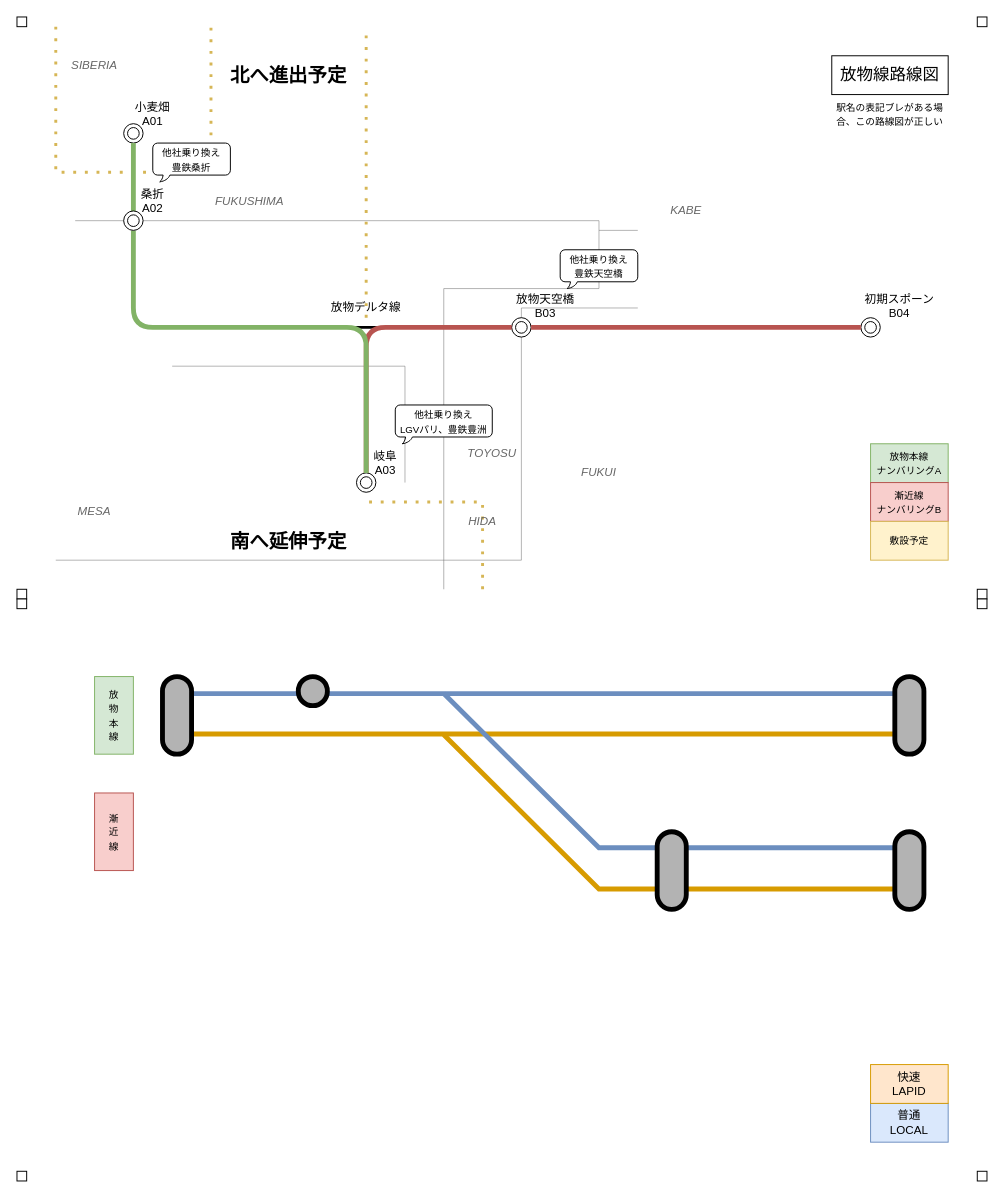
Before: page "ページ1" (1 of 4) of バリン鯖放物線.drawio in chainsawsteel1/drawio-files, a draw.io diagram. Source tidied: cells renumbered, new cells numbered last; positions are measured from the earlier drawing's top-left corner, leaving out a move shared by most shapes. Both pictures are drawn from the tidied source at 97%, with x=0, y=0 at pixel (16, 16).
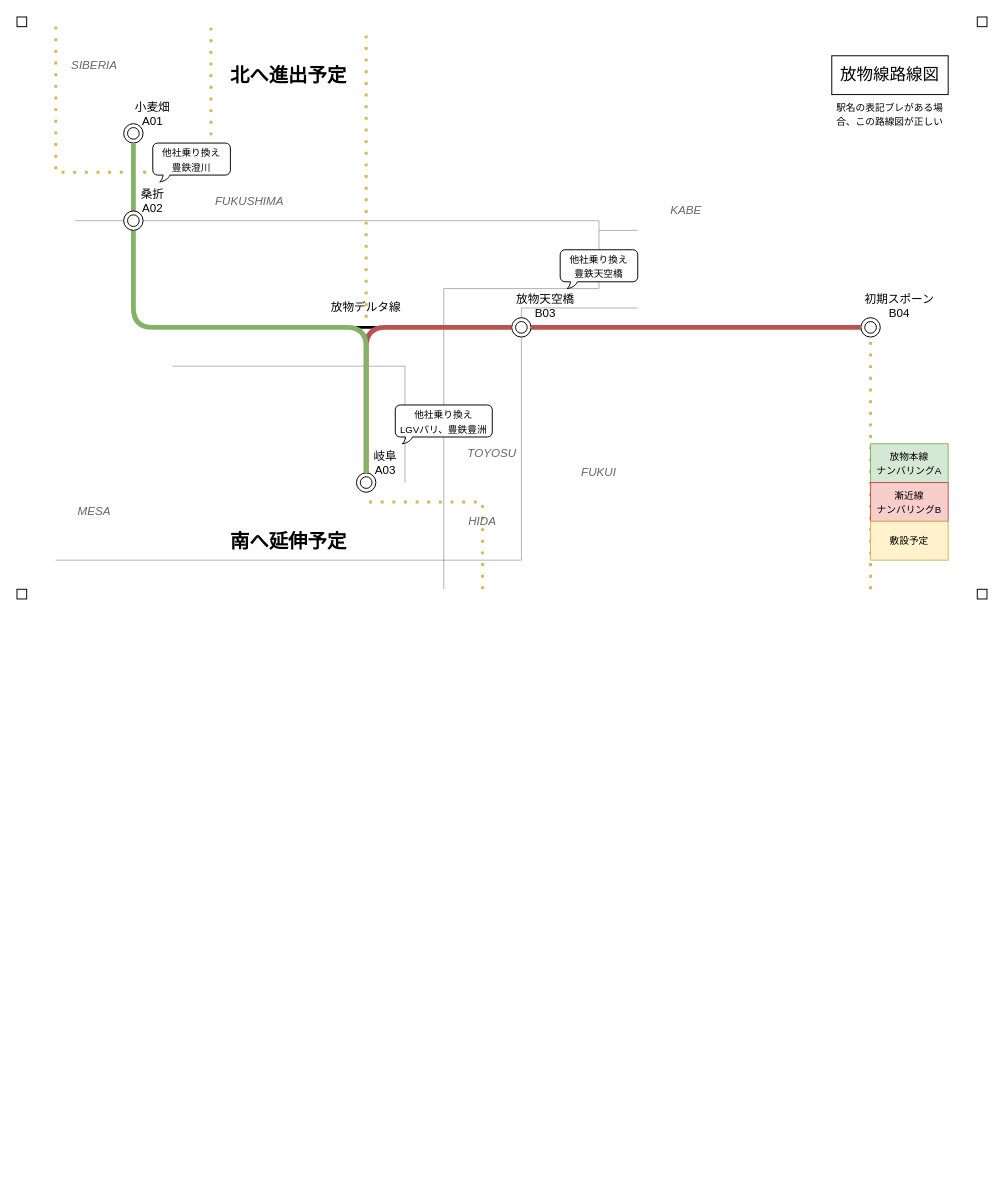
The same diagram, later.

Commit message:
バリン鯖放物線.drawio を更新します

Diff of the diagram source:
```diff
@@
+    <mxCell id="63" style="endArrow=none;dashed=1;html=1;dashPattern=1 3;strokeWidth=3;rounded=0;fillColor=#fff2cc;strokeColor=#d6b656;" parent="1" edge="1">
+      <mxGeometry relative="1" as="geometry">
+        <mxPoint x="880" y="590" as="sourcePoint" />
+        <mxPoint x="880" y="320" as="targetPoint" />
+      </mxGeometry>
+    </mxCell>
@@
-    <mxCell id="45" value="&lt;div&gt;&lt;font size=&quot;1&quot;&gt;他社&lt;/font&gt;&lt;font size=&quot;1&quot;&gt;乗&lt;/font&gt;&lt;font size=&quot;1&quot;&gt;り換え&lt;/font&gt;&lt;/div&gt;&lt;div&gt;&lt;font size=&quot;1&quot;&gt;豊鉄桑折&lt;/font&gt;&lt;/div&gt;" style="whiteSpace=wrap;html=1;shape=mxgraph.basic.roundRectCallout;dx=14.17;dy=7;size=5;boundedLbl=1;" parent="1" vertex="1">
+    <mxCell id="45" value="&lt;div&gt;&lt;font size=&quot;1&quot;&gt;他社&lt;/font&gt;&lt;font size=&quot;1&quot;&gt;乗&lt;/font&gt;&lt;font size=&quot;1&quot;&gt;り換え&lt;/font&gt;&lt;/div&gt;&lt;div&gt;&lt;font size=&quot;1&quot;&gt;豊鉄澄川&lt;/font&gt;&lt;/div&gt;" style="whiteSpace=wrap;html=1;shape=mxgraph.basic.roundRectCallout;dx=14.17;dy=7;size=5;boundedLbl=1;" parent="1" vertex="1">
       <mxGeometry x="140" y="130" width="80" height="40" as="geometry" />
     </mxCell>
-    <mxCell id="46" style="rounded=0;whiteSpace=wrap;html=1;" parent="1" vertex="1">
-      <mxGeometry y="600" width="10" height="10" as="geometry" />
-    </mxCell>
-    <mxCell id="47" style="rounded=0;whiteSpace=wrap;html=1;" parent="1" vertex="1">
-      <mxGeometry y="1190" width="10" height="10" as="geometry" />
-    </mxCell>
-    <mxCell id="48" style="rounded=0;whiteSpace=wrap;html=1;" parent="1" vertex="1">
-      <mxGeometry x="990" y="1190" width="10" height="10" as="geometry" />
-    </mxCell>
-    <mxCell id="49" style="rounded=0;whiteSpace=wrap;html=1;" parent="1" vertex="1">
-      <mxGeometry x="990" y="600" width="10" height="10" as="geometry" />
-    </mxCell>
-    <mxCell id="50" value="&lt;div&gt;普通&lt;/div&gt;&lt;div&gt;LOCAL&lt;br&gt;&lt;/div&gt;" style="text;html=1;align=center;verticalAlign=middle;whiteSpace=wrap;rounded=0;fillColor=#dae8fc;strokeColor=#6c8ebf;" parent="1" vertex="1">
-      <mxGeometry x="880" y="1120" width="80" height="40" as="geometry" />
-    </mxCell>
-    <mxCell id="51" value="&lt;div&gt;快速&lt;/div&gt;&lt;div&gt;LAPID&lt;br&gt;&lt;/div&gt;" style="text;html=1;align=center;verticalAlign=middle;whiteSpace=wrap;rounded=0;fillColor=#ffe6cc;strokeColor=#d79b00;" parent="1" vertex="1">
-      <mxGeometry x="880" y="1080" width="80" height="40" as="geometry" />
-    </mxCell>
-    <mxCell id="52" style="endArrow=none;html=1;rounded=0;fillColor=#dae8fc;strokeColor=#6c8ebf;strokeWidth=5;" parent="1" edge="1">
-      <mxGeometry relative="1" as="geometry">
-        <mxPoint x="160" y="697.5" as="sourcePoint" />
-        <mxPoint x="920" y="697.5" as="targetPoint" />
-      </mxGeometry>
-    </mxCell>
-    <mxCell id="53" style="endArrow=none;html=1;rounded=0;fillColor=#ffe6cc;strokeColor=#d79b00;strokeWidth=5;" parent="1" edge="1">
-      <mxGeometry relative="1" as="geometry">
-        <mxPoint x="160" y="739.2" as="sourcePoint" />
-        <mxPoint x="920" y="739.2" as="targetPoint" />
-      </mxGeometry>
-    </mxCell>
-    <mxCell id="54" value="&lt;div&gt;&lt;font style=&quot;font-size: 10px;&quot;&gt;放&lt;/font&gt;&lt;/div&gt;&lt;div&gt;&lt;font style=&quot;font-size: 10px;&quot;&gt;物&lt;/font&gt;&lt;/div&gt;&lt;div&gt;&lt;font style=&quot;font-size: 10px;&quot;&gt;本&lt;/font&gt;&lt;/div&gt;&lt;div&gt;&lt;font style=&quot;font-size: 10px;&quot;&gt;線&lt;/font&gt;&lt;/div&gt;" style="text;html=1;align=center;verticalAlign=middle;whiteSpace=wrap;rounded=0;fillColor=#d5e8d4;strokeColor=#82b366;" parent="1" vertex="1">
-      <mxGeometry x="80" y="680" width="40" height="80" as="geometry" />
-    </mxCell>
-    <mxCell id="55" value="&lt;div&gt;&lt;font style=&quot;font-size: 10px;&quot;&gt;漸&lt;/font&gt;&lt;/div&gt;&lt;div&gt;&lt;font style=&quot;font-size: 10px;&quot;&gt;近&lt;/font&gt;&lt;/div&gt;&lt;div&gt;&lt;font style=&quot;font-size: 10px;&quot;&gt;線&lt;/font&gt;&lt;/div&gt;" style="text;html=1;align=center;verticalAlign=middle;whiteSpace=wrap;rounded=0;fillColor=#f8cecc;strokeColor=#b85450;" parent="1" vertex="1">
-      <mxGeometry x="80" y="800" width="40" height="80" as="geometry" />
-    </mxCell>
-    <mxCell id="56" style="endArrow=none;html=1;rounded=0;fillColor=#dae8fc;strokeColor=#6c8ebf;strokeWidth=5;" parent="1" edge="1">
-      <mxGeometry relative="1" as="geometry">
-        <mxPoint x="440" y="697.5" as="sourcePoint" />
-        <mxPoint x="920" y="856.5" as="targetPoint" />
-        <Array as="points">
-          <mxPoint x="600" y="856.5" />
-        </Array>
-      </mxGeometry>
-    </mxCell>
-    <mxCell id="57" style="endArrow=none;html=1;rounded=0;fillColor=#ffe6cc;strokeColor=#d79b00;strokeWidth=5;" parent="1" edge="1">
-      <mxGeometry relative="1" as="geometry">
-        <mxPoint x="440" y="740" as="sourcePoint" />
-        <mxPoint x="920" y="899" as="targetPoint" />
-        <Array as="points">
-          <mxPoint x="600" y="899" />
-        </Array>
-      </mxGeometry>
-    </mxCell>
-    <mxCell id="58" style="rounded=1;whiteSpace=wrap;html=1;fillColor=#B3B3B3;arcSize=50;strokeWidth=5;" parent="1" vertex="1">
-      <mxGeometry x="905" y="680" width="30" height="80" as="geometry" />
-    </mxCell>
-    <mxCell id="59" style="rounded=1;whiteSpace=wrap;html=1;fillColor=#B3B3B3;arcSize=50;strokeWidth=5;" parent="1" vertex="1">
-      <mxGeometry x="905" y="840" width="30" height="80" as="geometry" />
-    </mxCell>
-    <mxCell id="60" style="rounded=1;whiteSpace=wrap;html=1;fillColor=#B3B3B3;arcSize=50;strokeWidth=5;" parent="1" vertex="1">
-      <mxGeometry x="150" y="680" width="30" height="80" as="geometry" />
-    </mxCell>
-    <mxCell id="61" style="rounded=1;whiteSpace=wrap;html=1;fillColor=#B3B3B3;arcSize=50;strokeWidth=5;" parent="1" vertex="1">
-      <mxGeometry x="660" y="840" width="30" height="80" as="geometry" />
-    </mxCell>
-    <mxCell id="62" style="rounded=1;whiteSpace=wrap;html=1;fillColor=#B3B3B3;arcSize=50;strokeWidth=5;" parent="1" vertex="1">
-      <mxGeometry x="290" y="680" width="30" height="30" as="geometry" />
-    </mxCell>
```
